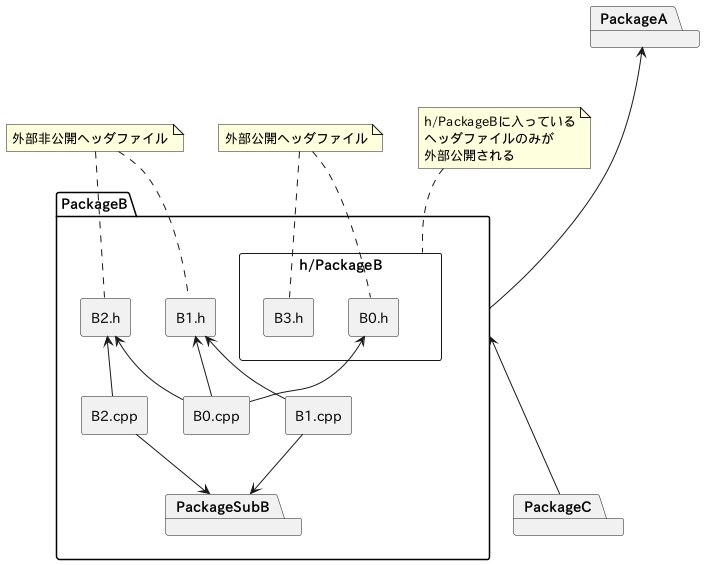
ichiroprogrammer/practical_cpp keeps this PlantUML diagram as plant_uml/package.png. Above is the earlier version.
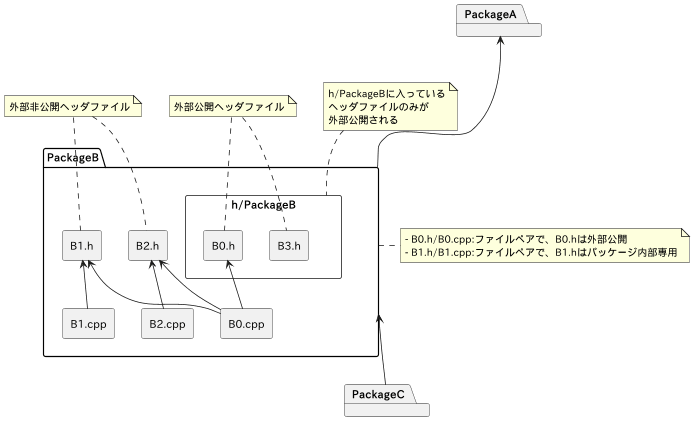
Above is the later version.

The edit, as a diff of the source:
```diff
@@ -1,4 +1,6 @@
 @startuml
+
+scale max 700 width
 
 package PackageA {
 }
@@ -15,8 +17,6 @@
     rectangle "B2.cpp" as B2_cpp
     rectangle "B2.h" as B2_h
 
-    package PackageSubB {
-    }
 }
 
 package PackageC {
@@ -26,14 +26,17 @@
 B0_cpp -up-> B1_h
 B0_cpp -up-> B2_h
 B1_cpp -up-> B1_h
-B1_cpp -down-> PackageSubB
 B2_cpp -up-> B2_h
-B2_cpp -down-> PackageSubB
 
 note top of h
 h/PackageBに入っている
 ヘッダファイルのみが
 外部公開される
+end note
+
+note right of PackageB
+- B0.h/B0.cpp:ファイルペアで、B0.hは外部公開
+- B1.h/B1.cpp:ファイルペアで、B1.hはパッケージ内部専用
 end note
 
 note "外部公開ヘッダファイル" as N2
```
